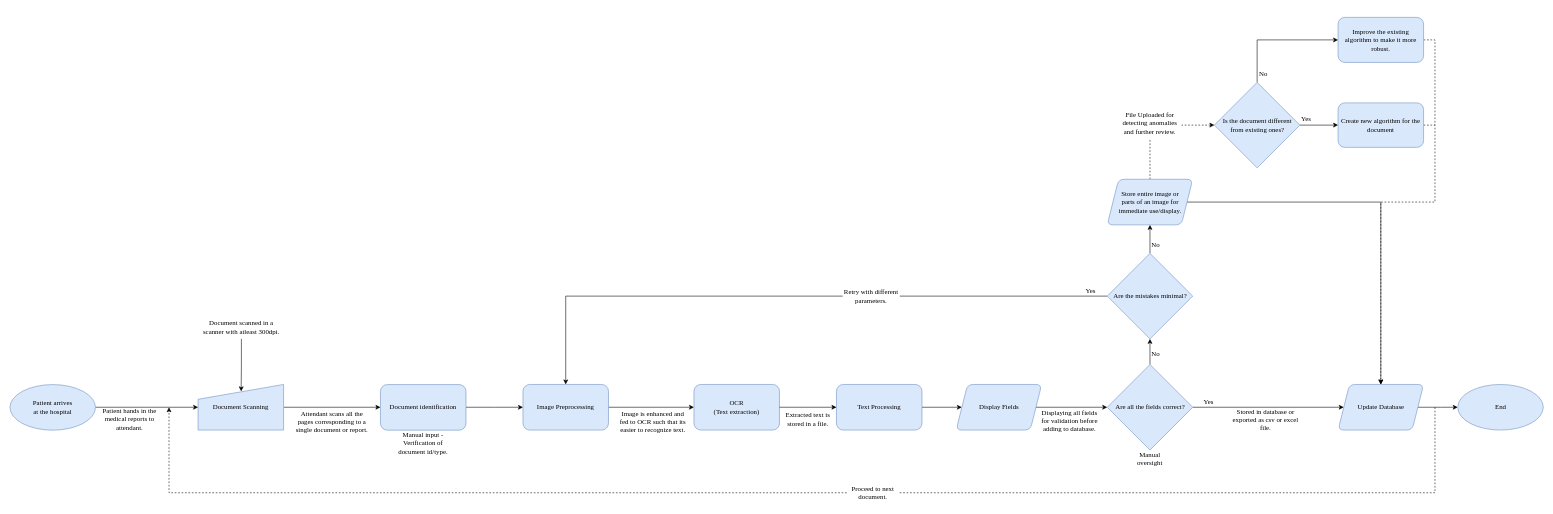
Earlier version of the draw.io diagram page "Page-2" (2 of 2) of workflow_usecase1.drawio (NiThIn-S/first). Source tidied: cells renumbered, new cells numbered last; positions are measured from the earlier drawing's top-left corner, leaving out a move shared by most shapes. Both pictures are drawn from the tidied source at 57%, with x=0, y=0 at pixel (10, 17).
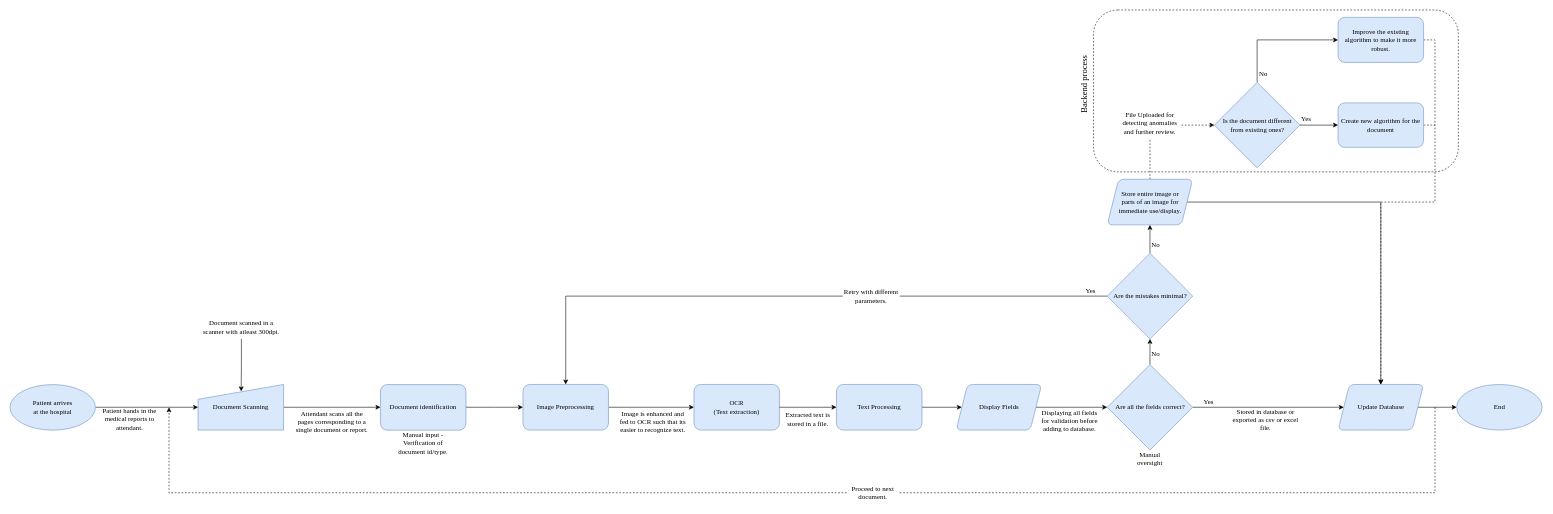
Above is the later version.

What changed in the source:
```diff
@@
+    <mxCell id="55" style="rounded=1;whiteSpace=wrap;html=1;fontFamily=Times New Roman;fontSize=12;fillColor=#ffffff;align=center;dashed=1;" parent="1" vertex="1">
+      <mxGeometry x="1901" y="-13" width="640" height="284" as="geometry" />
+    </mxCell>
@@
     <mxCell id="40" value="End" style="ellipse;whiteSpace=wrap;html=1;rounded=1;fontFamily=Times New Roman;strokeColor=#6c8ebf;fillColor=#dae8fc;spacingTop=-1;spacingLeft=1;" parent="1" vertex="1">
-      <mxGeometry x="2540" y="644" width="150" height="80" as="geometry" />
+      <mxGeometry x="2538" y="644" width="150" height="80" as="geometry" />
     </mxCell>
@@
+    <mxCell id="56" value="Backend process" style="text;html=1;strokeColor=none;fillColor=none;align=center;verticalAlign=middle;whiteSpace=wrap;rounded=0;dashed=1;fontFamily=Times New Roman;fontSize=15;direction=east;rotation=-90;" parent="1" vertex="1">
+      <mxGeometry x="1826.5" y="103" width="116" height="29.5" as="geometry" />
+    </mxCell>
```
